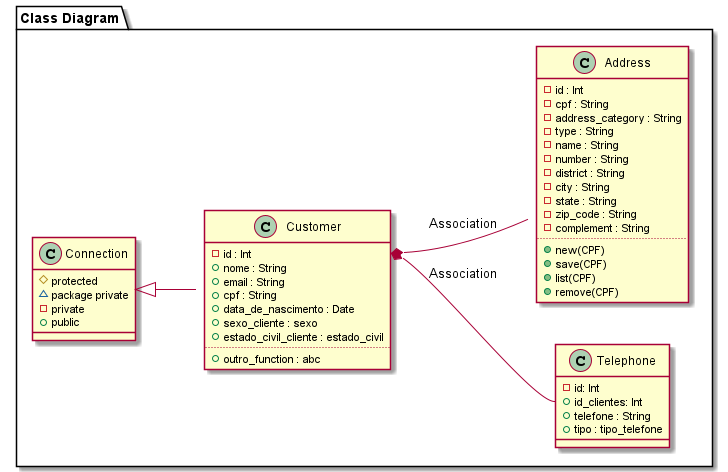
This is modelagem/Class_Diagram.png from douglascarlos-dev/Clientes-Gestor, a PlantUML export, as it was before one commit. Its diagram source:
```plantuml
@startuml Class Diagram

package "Class Diagram" {
left to right direction

class Customer {
    -id : Int
    +nome : String
    +email : String
    +cpf : String
    +data_de_nascimento : Date
    +sexo_cliente : sexo
    +estado_civil_cliente : estado_civil
    ..
    +outro_function : abc
}

class Telephone {
    -id: Int
    +id_clientes: Int
    +telefone : String
    +tipo : tipo_telefone
}

class Address {
    -id : Int
    -cpf : String
    -address_category : String
    -type : String
    -name : String
    -number : String
    -district : String
    -city : String
    -state : String
    -zip_code : String
    -complement : String
    ..
    +new(CPF)
    +save(CPF)
    +list(CPF)
    +remove(CPF)
}

class Connection {
    #protected
    ~package private
    -private
    +public

}

Customer::id *-- Telephone::id_clientes : Association
Customer::id *-- Address::id_clientes : Association
class Customer extends Connection
}
@enduml
```
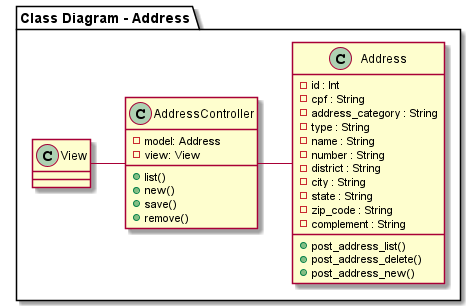
After the change.

Change to the diagram source:
```diff
@@ -1,25 +1,17 @@
 @startuml Class Diagram
 
-package "Class Diagram" {
-left to right direction
+package "Class Diagram - Address" {
 
-class Customer {
-    -id : Int
-    +nome : String
-    +email : String
-    +cpf : String
-    +data_de_nascimento : Date
-    +sexo_cliente : sexo
-    +estado_civil_cliente : estado_civil
-    ..
-    +outro_function : abc
-}
+AddressController -left- View
+AddressController -right- Address
 
-class Telephone {
-    -id: Int
-    +id_clientes: Int
-    +telefone : String
-    +tipo : tipo_telefone
+class AddressController {
+    -model: Address
+    -view: View
+    +list()
+    +new()
+    +save()
+    +remove()
 }
 
 class Address {
@@ -34,23 +26,12 @@
     -state : String
     -zip_code : String
     -complement : String
-    ..
-    +new(CPF)
-    +save(CPF)
-    +list(CPF)
-    +remove(CPF)
+    +post_address_list()
+    +post_address_delete()
+    +post_address_new()
 }
 
-class Connection {
-    #protected
-    ~package private
-    -private
-    +public
-
+class View {
 }
 
-Customer::id *-- Telephone::id_clientes : Association
-Customer::id *-- Address::id_clientes : Association
-class Customer extends Connection
-}
 @enduml
```
